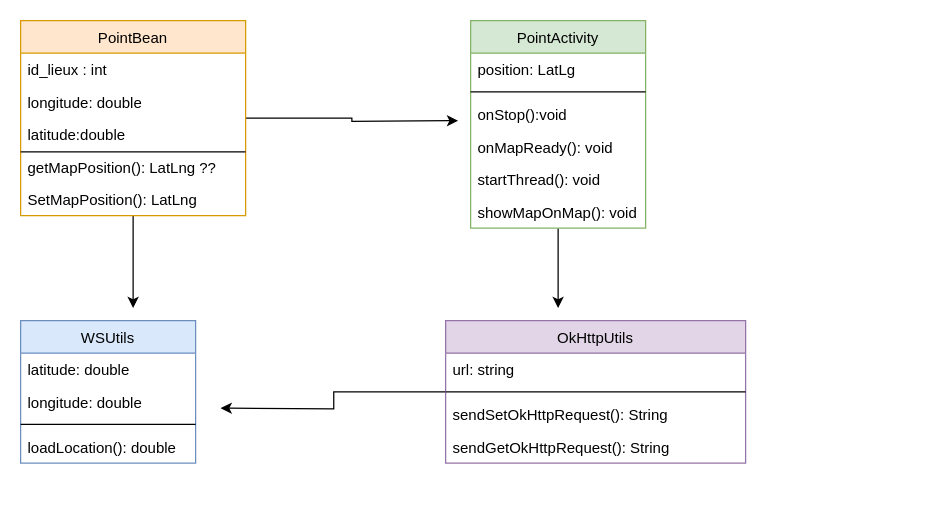
This is Diagramme de classe CLIENT.drawio from ouassilaaa/Projet-client-serveur, a draw.io file, before an edit. Source tidied: cells renumbered, new cells numbered last; positions are measured from the earlier drawing's top-left corner, leaving out a move shared by most shapes. Both pictures are drawn from the tidied source at 125%, with x=0, y=0 at pixel (20, 20).
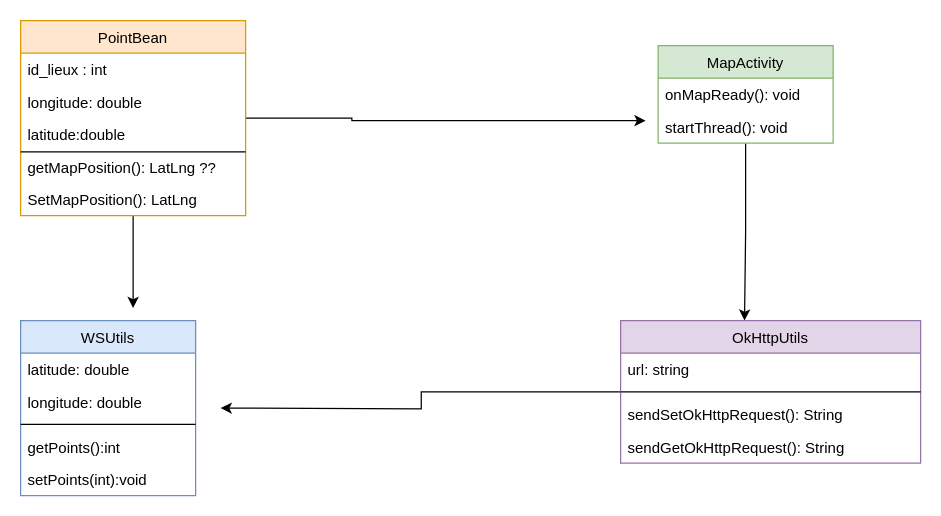
After the change.

Unchanged cells that the change refers to:
```xml
<mxCell id="4" value="PointBean" style="swimlane;fontStyle=0;horizontal=1;startSize=26;fillColor=#ffe6cc;strokeColor=#d79b00;" parent="1" vertex="1">
  <mxGeometry width="180" height="156" as="geometry" />
</mxCell>
```

Change to the diagram source:
```diff
@@
     <mxCell id="2" style="edgeStyle=orthogonalEdgeStyle;rounded=0;jettySize=auto;html=1;" parent="1" edge="1" source="4">
       <mxGeometry relative="1" as="geometry">
-        <mxPoint x="350" y="80" as="targetPoint" />
+        <mxPoint x="500" y="80" as="targetPoint" />
+        <Array as="points">
+          <mxPoint x="265" y="78" />
+          <mxPoint x="265" y="80" />
+        </Array>
       </mxGeometry>
     </mxCell>
@@
-    <mxCell id="10" style="edgeStyle=orthogonalEdgeStyle;rounded=0;jettySize=auto;html=1;exitX=0.5;exitY=1;exitDx=0;exitDy=0;" parent="1" edge="1" source="11">
-      <mxGeometry relative="1" as="geometry">
-        <mxPoint x="430" y="230" as="targetPoint" />
-      </mxGeometry>
-    </mxCell>
+    <mxCell id="30" style="edgeStyle=orthogonalEdgeStyle;rounded=0;jettySize=auto;html=1;entryX=0.413;entryY=0;entryDx=0;entryDy=0;entryPerimeter=0;" parent="1" edge="1" source="11" target="25">
+      <mxGeometry relative="1" as="geometry" />
+    </mxCell>
-    <mxCell id="11" value="PointActivity" style="swimlane;fontStyle=0;horizontal=1;startSize=26;fillColor=#d5e8d4;strokeColor=#82b366;" parent="1" vertex="1">
-      <mxGeometry x="360" width="140" height="166" as="geometry" />
+    <mxCell id="11" value="MapActivity" style="swimlane;fontStyle=0;horizontal=1;startSize=26;fillColor=#d5e8d4;strokeColor=#82b366;" parent="1" vertex="1">
+      <mxGeometry x="510" y="20" width="140" height="78" as="geometry" />
     </mxCell>
-    <mxCell id="12" value="position: LatLg" style="text;strokeColor=none;fillColor=none;align=left;verticalAlign=top;spacingLeft=4;spacingRight=4;overflow=hidden;" parent="11" vertex="1">
-      <mxGeometry y="26" width="140" height="26" as="geometry" />
-    </mxCell>
-    <mxCell id="13" style="line;strokeWidth=1;html=1;perimeter=backbonePerimeter;" parent="11" vertex="1">
-      <mxGeometry y="52" width="140" height="10" as="geometry" />
-    </mxCell>
-    <mxCell id="14" value="onStop():void" style="text;strokeColor=none;fillColor=none;align=left;verticalAlign=top;spacingLeft=4;spacingRight=4;overflow=hidden;" parent="11" vertex="1">
-      <mxGeometry y="62" width="140" height="26" as="geometry" />
-    </mxCell>
     <mxCell id="15" value="onMapReady(): void" style="text;strokeColor=none;fillColor=none;align=left;verticalAlign=top;spacingLeft=4;spacingRight=4;overflow=hidden;" parent="11" vertex="1">
-      <mxGeometry y="88" width="140" height="26" as="geometry" />
+      <mxGeometry y="26" width="140" height="26" as="geometry" />
     </mxCell>
     <mxCell id="16" value="startThread(): void" style="text;strokeColor=none;fillColor=none;align=left;verticalAlign=top;spacingLeft=4;spacingRight=4;overflow=hidden;" parent="11" vertex="1">
-      <mxGeometry y="114" width="140" height="26" as="geometry" />
+      <mxGeometry y="52" width="140" height="26" as="geometry" />
     </mxCell>
-    <mxCell id="17" value="showMapOnMap(): void" style="text;strokeColor=none;fillColor=none;align=left;verticalAlign=top;spacingLeft=4;spacingRight=4;overflow=hidden;" parent="11" vertex="1">
-      <mxGeometry y="140" width="140" height="26" as="geometry" />
-    </mxCell>
@@
     <mxCell id="19" value="WSUtils" style="swimlane;fontStyle=0;horizontal=1;startSize=26;strokeColor=#6c8ebf;strokeWidth=1;fillColor=#dae8fc;" parent="1" vertex="1">
-      <mxGeometry y="240" width="140" height="114" as="geometry" />
+      <mxGeometry y="240" width="140" height="140" as="geometry" />
     </mxCell>
@@
-    <mxCell id="23" value="loadLocation(): double" style="text;strokeColor=none;fillColor=none;align=left;verticalAlign=top;spacingLeft=4;spacingRight=4;overflow=hidden;" parent="19" vertex="1">
+    <mxCell id="23" value="getPoints():int" style="text;strokeColor=none;fillColor=none;align=left;verticalAlign=top;spacingLeft=4;spacingRight=4;overflow=hidden;" parent="19" vertex="1">
       <mxGeometry y="88" width="140" height="26" as="geometry" />
     </mxCell>
+    <mxCell id="31" value="setPoints(int):void " style="text;strokeColor=none;fillColor=none;align=left;verticalAlign=top;spacingLeft=4;spacingRight=4;overflow=hidden;" parent="19" vertex="1">
+      <mxGeometry y="114" width="140" height="26" as="geometry" />
+    </mxCell>
@@
     <mxCell id="25" value="OkHttpUtils" style="swimlane;fontStyle=0;horizontal=1;startSize=26;strokeColor=#9673a6;strokeWidth=1;fillColor=#e1d5e7;" parent="1" vertex="1">
-      <mxGeometry x="340" y="240" width="240" height="114" as="geometry" />
+      <mxGeometry x="480" y="240" width="240" height="114" as="geometry" />
     </mxCell>
```
